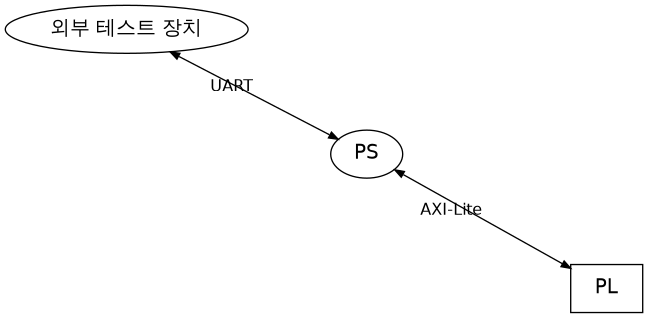
Earlier version of the Graphviz export diagrams/level1_top.png (Woodong02/SoC_Design_and_Programming). Its source is kept beside it as diagrams/level1_top.dot. Source of this version:
```dot
digraph G {
    layout=neato;
    fontname="Noto Sans CJK KR";
    node [shape=box, fontname="Noto Sans CJK KR", fontsize=15, color=black];
    edge [fontname="Noto Sans CJK KR", fontsize=12, color=black, arrowsize=0.7];

    EXT [label="외부 테스트 장치", shape=ellipse, pos="0,3!"];
    PS  [label="PS", shape=ellipse, pos="2.5,1.7!"];
    PL  [label="PL", pos="5,0.3!"];

    EXT -> PS [label="UART", dir=both];
    PS  -> PL [label="AXI-Lite", dir=both];
}
```
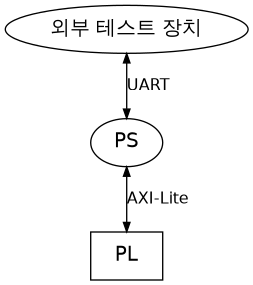
After the change.

The edit, as a diff of the source:
```diff
@@ -1,12 +1,12 @@
 digraph G {
-    layout=neato;
+    rankdir=TB;
     fontname="Noto Sans CJK KR";
     node [shape=box, fontname="Noto Sans CJK KR", fontsize=15, color=black];
     edge [fontname="Noto Sans CJK KR", fontsize=12, color=black, arrowsize=0.7];
 
-    EXT [label="외부 테스트 장치", shape=ellipse, pos="0,3!"];
-    PS  [label="PS", shape=ellipse, pos="2.5,1.7!"];
-    PL  [label="PL", pos="5,0.3!"];
+    EXT [label="외부 테스트 장치", shape=ellipse];
+    PS  [label="PS", shape=ellipse];
+    PL  [label="PL"];
 
     EXT -> PS [label="UART", dir=both];
     PS  -> PL [label="AXI-Lite", dir=both];
```
